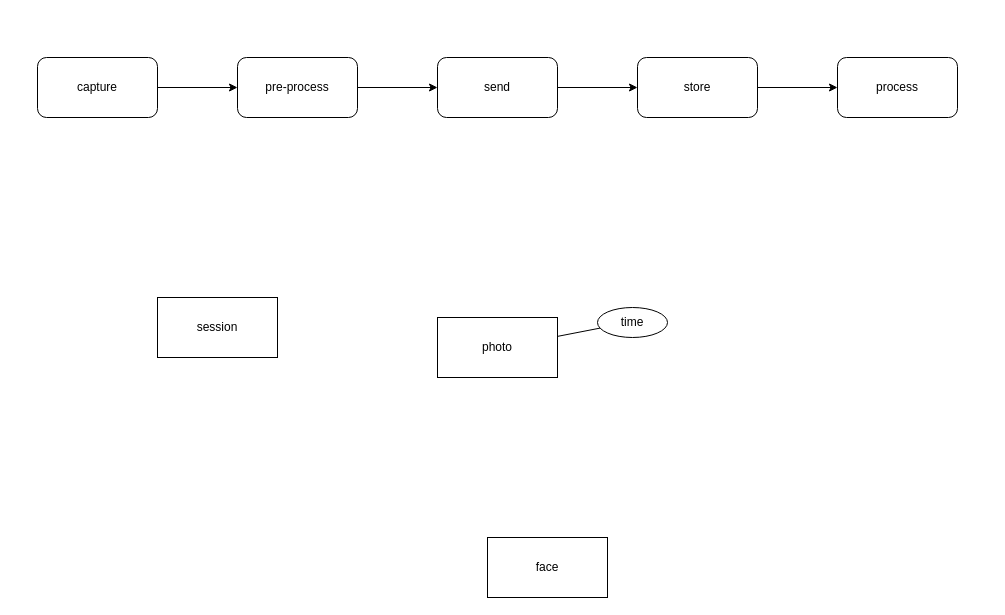
lotcz/peopleCounter keeps this draw.io diagram as doc/diagram.drawio. Above is the earlier version. Source tidied: cells renumbered, new cells numbered last; positions are measured from the earlier drawing's top-left corner, leaving out a move shared by most shapes. Both pictures are drawn from the tidied source at 100%, with x=0, y=0 at pixel (37, 57).
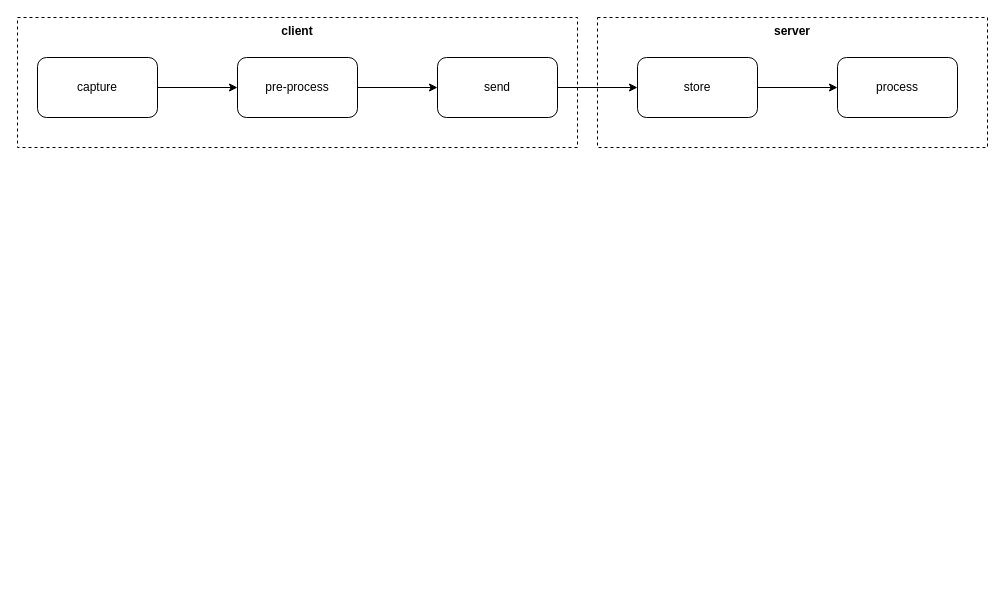
Above is the later version.

Change to the diagram source:
```diff
@@
 <mxGraphModel>
   <root>
     <mxCell id="0" />
     <mxCell id="1" parent="0" />
     <mxCell id="2" style="edgeStyle=orthogonalEdgeStyle;rounded=0;jettySize=auto;html=1;" parent="1" edge="1" source="3" target="5">
       <mxGeometry relative="1" as="geometry" />
     </mxCell>
     <mxCell id="3" value="capture" style="rounded=1;whiteSpace=wrap;html=1;" parent="1" vertex="1">
       <mxGeometry width="120" height="60" as="geometry" />
     </mxCell>
     <mxCell id="4" style="edgeStyle=orthogonalEdgeStyle;rounded=0;jettySize=auto;html=1;" parent="1" edge="1" source="5" target="7">
       <mxGeometry relative="1" as="geometry" />
     </mxCell>
     <mxCell id="5" value="pre-process" style="rounded=1;whiteSpace=wrap;html=1;" parent="1" vertex="1">
       <mxGeometry x="200" width="120" height="60" as="geometry" />
     </mxCell>
     <mxCell id="6" style="edgeStyle=orthogonalEdgeStyle;rounded=0;jettySize=auto;html=1;" parent="1" edge="1" source="7" target="9">
       <mxGeometry relative="1" as="geometry" />
     </mxCell>
     <mxCell id="7" value="send" style="rounded=1;whiteSpace=wrap;html=1;" parent="1" vertex="1">
       <mxGeometry x="400" width="120" height="60" as="geometry" />
     </mxCell>
     <mxCell id="8" style="edgeStyle=orthogonalEdgeStyle;rounded=0;jettySize=auto;html=1;" parent="1" edge="1" source="9" target="10">
       <mxGeometry relative="1" as="geometry" />
     </mxCell>
     <mxCell id="9" value="store" style="rounded=1;whiteSpace=wrap;html=1;" parent="1" vertex="1">
       <mxGeometry x="600" width="120" height="60" as="geometry" />
     </mxCell>
     <mxCell id="10" value="process" style="rounded=1;whiteSpace=wrap;html=1;" parent="1" vertex="1">
       <mxGeometry x="800" width="120" height="60" as="geometry" />
     </mxCell>
-    <mxCell id="11" value="session" style="rounded=0;whiteSpace=wrap;html=1;" parent="1" vertex="1">
-      <mxGeometry x="120" y="240" width="120" height="60" as="geometry" />
-    </mxCell>
-    <mxCell id="12" value="photo" style="rounded=0;whiteSpace=wrap;html=1;" parent="1" vertex="1">
-      <mxGeometry x="400" y="260" width="120" height="60" as="geometry" />
-    </mxCell>
-    <mxCell id="13" style="rounded=0;jettySize=auto;html=1;endArrow=none;endFill=0;" parent="1" edge="1" source="14" target="12">
-      <mxGeometry relative="1" as="geometry" />
-    </mxCell>
-    <mxCell id="14" value="time" style="ellipse;whiteSpace=wrap;html=1;" parent="1" vertex="1">
-      <mxGeometry x="560" y="250" width="70" height="30" as="geometry" />
-    </mxCell>
-    <mxCell id="15" value="face" style="rounded=0;whiteSpace=wrap;html=1;" parent="1" vertex="1">
-      <mxGeometry x="450" y="480" width="120" height="60" as="geometry" />
-    </mxCell>
+    <mxCell id="16" value="client" style="rounded=0;whiteSpace=wrap;html=1;fillColor=none;dashed=1;verticalAlign=top;fontStyle=1;" parent="1" vertex="1">
+      <mxGeometry x="-20" y="-40" width="560" height="130" as="geometry" />
+    </mxCell>
+    <mxCell id="17" value="server" style="rounded=0;whiteSpace=wrap;html=1;fillColor=none;dashed=1;verticalAlign=top;fontStyle=1;" parent="1" vertex="1">
+      <mxGeometry x="560" y="-40" width="390" height="130" as="geometry" />
+    </mxCell>
   </root>
 </mxGraphModel>
```
